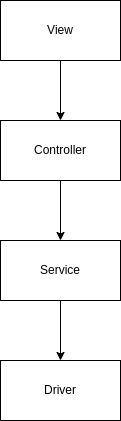
LeHoangLong/sig_graph_smart_contract keeps this draw.io diagram as docs/architecture.png. Above is the earlier version. Source tidied: cells renumbered, new cells last; positions are measured from the earlier drawing's top-left corner, leaving out a move shared by most shapes.
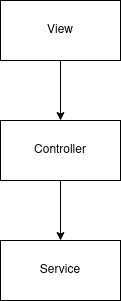
After the change.

Change to the diagram source:
```diff
@@ -14,14 +14,8 @@
     <mxCell id="5" value="Controller" style="rounded=0;whiteSpace=wrap;html=1;" parent="1" vertex="1">
       <mxGeometry y="120" width="120" height="60" as="geometry" />
     </mxCell>
-    <mxCell id="6" style="edgeStyle=orthogonalEdgeStyle;rounded=0;jettySize=auto;html=1;exitX=0.5;exitY=1;exitDx=0;exitDy=0;" parent="1" edge="1" source="7" target="8">
-      <mxGeometry relative="1" as="geometry" />
-    </mxCell>
     <mxCell id="7" value="Service" style="rounded=0;whiteSpace=wrap;html=1;" parent="1" vertex="1">
       <mxGeometry y="240" width="120" height="60" as="geometry" />
     </mxCell>
-    <mxCell id="8" value="Driver" style="rounded=0;whiteSpace=wrap;html=1;" parent="1" vertex="1">
-      <mxGeometry y="360" width="120" height="60" as="geometry" />
-    </mxCell>
   </root>
 </mxGraphModel>
```
